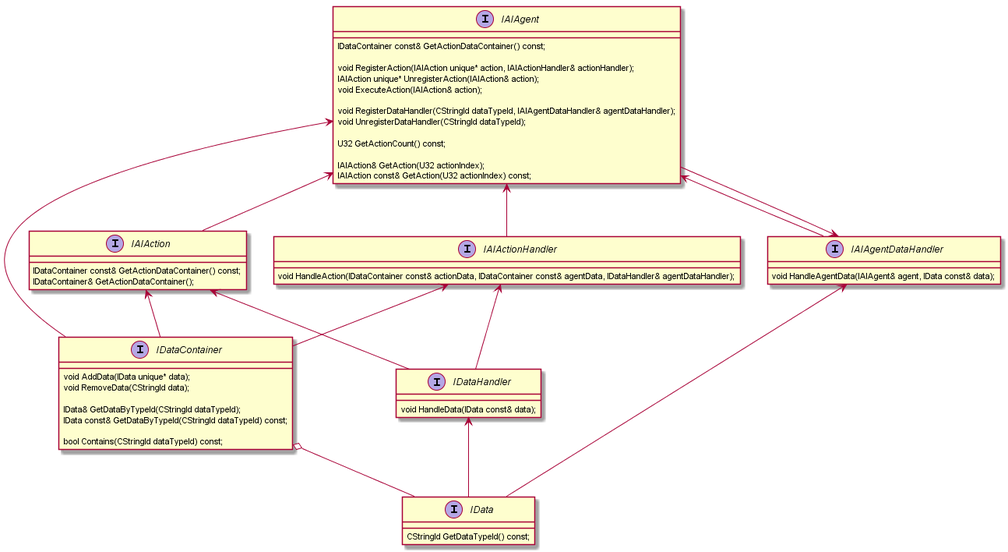
9matan/AITactics keeps this PlantUML diagram as Documentation/Diagrams/action-agent-data.png. Above is the earlier version.
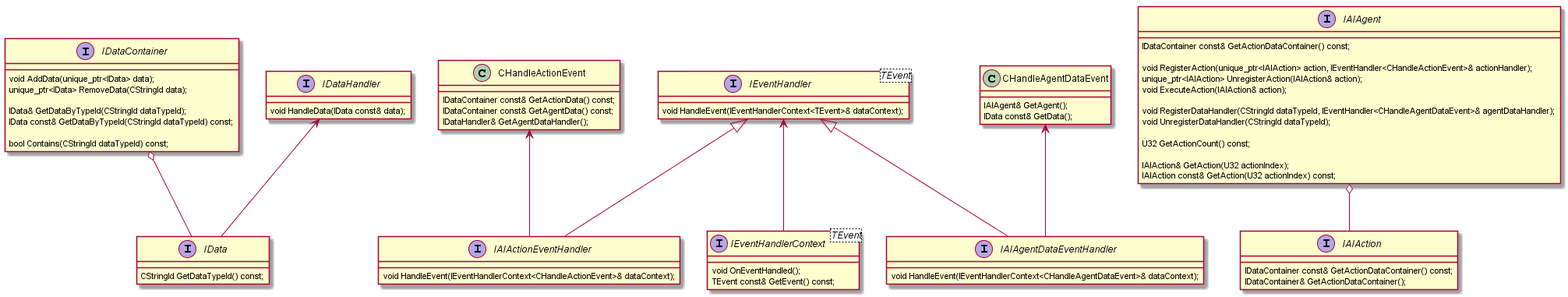
Later version of the same file.

Commit message:
Update class diagram action-agent-data

Change to the diagram source:
```diff
@@ -3,30 +3,29 @@
 Interface IDataContainer
 Interface IDataHandler
 
+Interface IEventHandler
+Interface IEventHandlerContext
+
+Class CHandleActionEvent
+Interface IAIActionEventHandler
 Interface IAIAction
-Interface IAIActionHandler
 
+Class CHandleAgentDataEvent
 Interface IAIAgent
-Interface IAIAgentDataHandler
+Interface IAIAgentDataEventHandler
 
 IDataContainer o-- IData
 IDataHandler <-- IData
-IAIAgentDataHandler <-- IData
 
-IAIAction <-- IDataContainer
-IAIActionHandler <-- IDataContainer
-IAIAgent <-- IDataContainer
+CHandleActionEvent <-- IAIActionEventHandler
+IEventHandler <|-- IAIActionEventHandler
 
-IAIAction <-- IDataHandler
-IAIActionHandler <-- IDataHandler
+CHandleAgentDataEvent <-- IAIAgentDataEventHandler
+IEventHandler <|-- IAIAgentDataEventHandler
 
-IAIAgent <-- IAIAction
+IEventHandler <-- IEventHandlerContext
 
-IAIAgentDataHandler <-- IAIAgent
-
-IAIAgent <-- IAIAgentDataHandler
-
-IAIAgent <-- IAIActionHandler
+IAIAgent o-- IAIAction
 
 Interface IData
 {
@@ -35,8 +34,8 @@
 
 Interface IDataContainer
 {
-	void AddData(IData unique* data);
-	void RemoveData(CStringId data);
+	void AddData(unique_ptr<IData> data);
+	unique_ptr<IData> RemoveData(CStringId data);
 
 	IData& GetDataByTypeId(CStringId dataTypeId);
 	IData const& GetDataByTypeId(CStringId dataTypeId) const;
@@ -49,26 +48,55 @@
 	void HandleData(IData const& data);
 }
 
+Interface IEventHandler<TEvent>
+{
+	void HandleEvent(IEventHandlerContext<TEvent>& dataContext);
+}
+
+Interface IEventHandlerContext<TEvent>
+{
+	void OnEventHandled();
+	TEvent const& GetEvent() const;
+}
+
+Class CHandleActionEvent
+{
+	IDataContainer const& GetActionData() const;
+	IDataContainer const& GetAgentData() const;
+	IDataHandler& GetAgentDataHandler();
+}
+
+Interface IAIActionEventHandler
+{
+	void HandleEvent(IEventHandlerContext<CHandleActionEvent>& dataContext);
+}
+
 Interface IAIAction
 {
 	IDataContainer const& GetActionDataContainer() const;
 	IDataContainer& GetActionDataContainer();
 }
 
-Interface IAIActionHandler
+Class CHandleAgentDataEvent
 {
-	void HandleAction(IDataContainer const& actionData, IDataContainer const& agentData, IDataHandler& agentDataHandler);
+	IAIAgent& GetAgent();
+	IData const& GetData();
+}
+
+Interface IAIAgentDataEventHandler
+{
+	void HandleEvent(IEventHandlerContext<CHandleAgentDataEvent>& dataContext);
 }
 
 Interface IAIAgent
 {
 	IDataContainer const& GetActionDataContainer() const;
 
-	void RegisterAction(IAIAction unique* action, IAIActionHandler& actionHandler);
-	IAIAction unique* UnregisterAction(IAIAction& action);
+	void RegisterAction(unique_ptr<IAIAction> action, IEventHandler<CHandleActionEvent>& actionHandler);
+	unique_ptr<IAIAction> UnregisterAction(IAIAction& action);
 	void ExecuteAction(IAIAction& action);
 
-	void RegisterDataHandler(CStringId dataTypeId, IAIAgentDataHandler& agentDataHandler);
+	void RegisterDataHandler(CStringId dataTypeId, IEventHandler<CHandleAgentDataEvent>& agentDataHandler);
 	void UnregisterDataHandler(CStringId dataTypeId);
 
 	U32 GetActionCount() const;
@@ -77,9 +105,4 @@
 	IAIAction const& GetAction(U32 actionIndex) const;
 }
 
-Interface IAIAgentDataHandler
-{
-	void HandleAgentData(IAIAgent& agent, IData const& data);
-}
-
 @enduml
```
